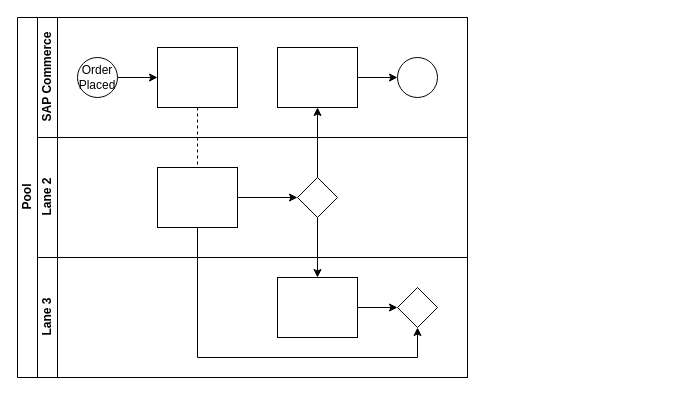
Before: NotificationService.drawio in mtcl/userstory, a draw.io diagram. Source tidied: cells renumbered, new cells numbered last; positions are measured from the earlier drawing's top-left corner, leaving out a move shared by most shapes. Both pictures are drawn from the tidied source at 100%, with x=0, y=0 at pixel (17, 17).
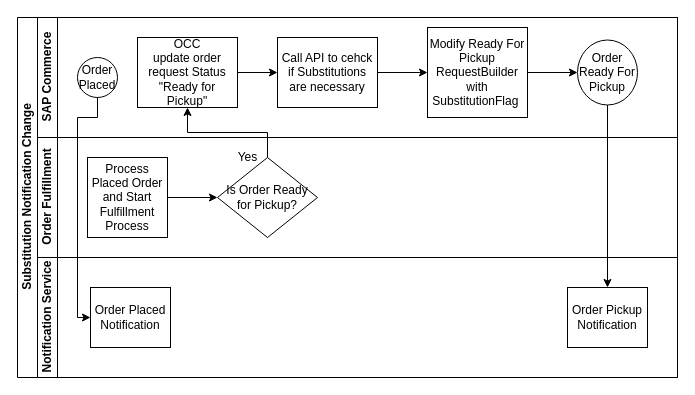
The same page after the edit.

Unchanged cells that the change refers to:
```xml
<mxCell id="9" value="Order Placed" style="ellipse;whiteSpace=wrap;html=1;" parent="7" vertex="1">
  <mxGeometry x="40" y="40" width="40" height="40" as="geometry" />
</mxCell>
```

Change to the diagram source:
```diff
@@
-    <mxCell id="2" value="Pool" style="swimlane;html=1;horizontal=0;startSize=20;" parent="1" vertex="1">
-      <mxGeometry width="450" height="360" as="geometry" />
+    <mxCell id="2" value="Substitution Notification Change" style="swimlane;html=1;horizontal=0;startSize=20;" parent="1" vertex="1">
+      <mxGeometry width="660" height="360" as="geometry" />
     </mxCell>
-    <mxCell id="3" style="edgeStyle=orthogonalEdgeStyle;rounded=0;jettySize=auto;html=1;dashed=1;endArrow=none;endFill=0;" parent="2" edge="1" source="10" target="16">
-      <mxGeometry relative="1" as="geometry" />
-    </mxCell>
-    <mxCell id="4" style="edgeStyle=orthogonalEdgeStyle;rounded=0;jettySize=auto;html=1;endArrow=classic;endFill=1;" parent="2" edge="1" source="17" target="12">
-      <mxGeometry relative="1" as="geometry" />
-    </mxCell>
-    <mxCell id="5" style="edgeStyle=orthogonalEdgeStyle;rounded=0;jettySize=auto;html=1;endArrow=classic;endFill=1;" parent="2" edge="1" source="17" target="20">
-      <mxGeometry relative="1" as="geometry" />
-    </mxCell>
-    <mxCell id="6" style="edgeStyle=orthogonalEdgeStyle;rounded=0;jettySize=auto;html=1;endArrow=classic;endFill=1;" parent="2" edge="1" source="16" target="21">
-      <mxGeometry relative="1" as="geometry">
-        <Array as="points">
-          <mxPoint x="180" y="340" />
-          <mxPoint x="400" y="340" />
-        </Array>
-      </mxGeometry>
-    </mxCell>
     <mxCell id="7" value="SAP Commerce" style="swimlane;html=1;startSize=20;horizontal=0;" parent="2" vertex="1">
-      <mxGeometry x="20" width="430" height="120" as="geometry" />
+      <mxGeometry x="20" width="640" height="120" as="geometry" />
     </mxCell>
-    <mxCell id="8" style="edgeStyle=orthogonalEdgeStyle;rounded=0;jettySize=auto;html=1;" parent="7" edge="1" source="9" target="10">
-      <mxGeometry relative="1" as="geometry" />
-    </mxCell>
@@
+    <mxCell id="22" style="edgeStyle=orthogonalEdgeStyle;rounded=0;jettySize=auto;html=1;exitX=1;exitY=0.5;exitDx=0;exitDy=0;entryX=0;entryY=0.5;entryDx=0;entryDy=0;" parent="7" edge="1" source="10" target="24">
+      <mxGeometry relative="1" as="geometry" />
+    </mxCell>
-    <mxCell id="10" style="rounded=0;whiteSpace=wrap;html=1;fontFamily=Helvetica;fontSize=12;fontColor=#000000;align=center;" parent="7" vertex="1">
-      <mxGeometry x="120" y="30" width="80" height="60" as="geometry" />
+    <mxCell id="10" value="OCC&lt;br&gt;update order request Status &quot;Ready for Pickup&quot;" style="rounded=0;whiteSpace=wrap;html=1;fontFamily=Helvetica;fontSize=12;fontColor=#000000;align=center;" parent="7" vertex="1">
+      <mxGeometry x="100" y="20" width="100" height="70" as="geometry" />
     </mxCell>
@@
-    <mxCell id="12" style="rounded=0;whiteSpace=wrap;html=1;fontFamily=Helvetica;fontSize=12;fontColor=#000000;align=center;" parent="7" vertex="1">
-      <mxGeometry x="240" y="30" width="80" height="60" as="geometry" />
+    <mxCell id="12" value="Modify Ready For Pickup RequestBuilder with SubstitutionFlag&amp;nbsp;" style="rounded=0;whiteSpace=wrap;html=1;fontFamily=Helvetica;fontSize=12;fontColor=#000000;align=center;" parent="7" vertex="1">
+      <mxGeometry x="390" y="10" width="100" height="90" as="geometry" />
     </mxCell>
-    <mxCell id="13" style="ellipse;whiteSpace=wrap;html=1;" parent="7" vertex="1">
-      <mxGeometry x="360" y="40" width="40" height="40" as="geometry" />
+    <mxCell id="13" value="Order Ready For Pickup" style="ellipse;whiteSpace=wrap;html=1;" parent="7" vertex="1">
+      <mxGeometry x="540" y="22.5" width="60" height="65" as="geometry" />
     </mxCell>
+    <mxCell id="23" style="edgeStyle=orthogonalEdgeStyle;rounded=0;jettySize=auto;html=1;exitX=1;exitY=0.5;exitDx=0;exitDy=0;entryX=0;entryY=0.5;entryDx=0;entryDy=0;" parent="7" edge="1" source="24" target="12">
+      <mxGeometry relative="1" as="geometry" />
+    </mxCell>
+    <mxCell id="24" value="Call API to cehck if Substitutions are necessary" style="rounded=0;whiteSpace=wrap;html=1;fontFamily=Helvetica;fontSize=12;fontColor=#000000;align=center;" parent="7" vertex="1">
+      <mxGeometry x="240" y="20" width="100" height="70" as="geometry" />
+    </mxCell>
-    <mxCell id="14" value="Lane 2" style="swimlane;html=1;startSize=20;horizontal=0;" parent="2" vertex="1">
-      <mxGeometry x="20" y="120" width="430" height="120" as="geometry" />
+    <mxCell id="14" value="Order Fulfillment" style="swimlane;html=1;startSize=20;horizontal=0;" parent="2" vertex="1">
+      <mxGeometry x="20" y="120" width="640" height="120" as="geometry" />
     </mxCell>
-    <mxCell id="15" style="edgeStyle=orthogonalEdgeStyle;rounded=0;jettySize=auto;html=1;endArrow=classic;endFill=1;" parent="14" edge="1" source="16" target="17">
-      <mxGeometry relative="1" as="geometry" />
-    </mxCell>
-    <mxCell id="16" style="rounded=0;whiteSpace=wrap;html=1;fontFamily=Helvetica;fontSize=12;fontColor=#000000;align=center;" parent="14" vertex="1">
-      <mxGeometry x="120" y="30" width="80" height="60" as="geometry" />
-    </mxCell>
-    <mxCell id="17" style="rhombus;whiteSpace=wrap;html=1;fontFamily=Helvetica;fontSize=12;fontColor=#000000;align=center;" parent="14" vertex="1">
-      <mxGeometry x="260" y="40" width="40" height="40" as="geometry" />
+    <mxCell id="17" value="Is Order Ready for Pickup?" style="rhombus;whiteSpace=wrap;html=1;fontFamily=Helvetica;fontSize=12;fontColor=#000000;align=center;" parent="14" vertex="1">
+      <mxGeometry x="180" y="20" width="100" height="80" as="geometry" />
     </mxCell>
+    <mxCell id="25" value="Yes" style="text;html=1;align=center;verticalAlign=middle;strokeColor=none;" parent="14" vertex="1">
+      <mxGeometry x="190" y="10" width="40" height="20" as="geometry" />
+    </mxCell>
+    <mxCell id="26" style="edgeStyle=orthogonalEdgeStyle;rounded=0;jettySize=auto;html=1;exitX=1;exitY=0.5;exitDx=0;exitDy=0;entryX=0;entryY=0.5;entryDx=0;entryDy=0;" parent="14" edge="1" source="27" target="17">
+      <mxGeometry relative="1" as="geometry" />
+    </mxCell>
+    <mxCell id="27" value="Process Placed Order and Start Fulfillment Process" style="rounded=0;whiteSpace=wrap;html=1;fontFamily=Helvetica;fontSize=12;fontColor=#000000;align=center;" parent="14" vertex="1">
+      <mxGeometry x="50" y="20" width="80" height="80" as="geometry" />
+    </mxCell>
-    <mxCell id="18" value="Lane 3" style="swimlane;html=1;startSize=20;horizontal=0;" parent="2" vertex="1">
-      <mxGeometry x="20" y="240" width="430" height="120" as="geometry" />
+    <mxCell id="18" value="Notification Service" style="swimlane;html=1;startSize=20;horizontal=0;" parent="2" vertex="1">
+      <mxGeometry x="20" y="240" width="640" height="120" as="geometry" />
     </mxCell>
-    <mxCell id="19" style="edgeStyle=orthogonalEdgeStyle;rounded=0;jettySize=auto;html=1;endArrow=classic;endFill=1;" parent="18" edge="1" source="20" target="21">
-      <mxGeometry relative="1" as="geometry" />
-    </mxCell>
-    <mxCell id="20" style="rounded=0;whiteSpace=wrap;html=1;fontFamily=Helvetica;fontSize=12;fontColor=#000000;align=center;" parent="18" vertex="1">
-      <mxGeometry x="240" y="20" width="80" height="60" as="geometry" />
+    <mxCell id="20" value="Order Placed Notification" style="rounded=0;whiteSpace=wrap;html=1;fontFamily=Helvetica;fontSize=12;fontColor=#000000;align=center;" parent="18" vertex="1">
+      <mxGeometry x="53" y="30" width="80" height="60" as="geometry" />
     </mxCell>
-    <mxCell id="21" style="rhombus;whiteSpace=wrap;html=1;fontFamily=Helvetica;fontSize=12;fontColor=#000000;align=center;" parent="18" vertex="1">
-      <mxGeometry x="360" y="30" width="40" height="40" as="geometry" />
-    </mxCell>
+    <mxCell id="28" value="Order Pickup Notification" style="rounded=0;whiteSpace=wrap;html=1;fontFamily=Helvetica;fontSize=12;fontColor=#000000;align=center;" parent="18" vertex="1">
+      <mxGeometry x="530" y="30" width="80" height="60" as="geometry" />
+    </mxCell>
+    <mxCell id="29" style="edgeStyle=orthogonalEdgeStyle;rounded=0;jettySize=auto;html=1;exitX=0.5;exitY=1;exitDx=0;exitDy=0;entryX=0.5;entryY=0;entryDx=0;entryDy=0;" parent="2" edge="1" source="13" target="28">
+      <mxGeometry relative="1" as="geometry" />
+    </mxCell>
+    <mxCell id="30" style="edgeStyle=orthogonalEdgeStyle;rounded=0;jettySize=auto;html=1;exitX=0.5;exitY=1;exitDx=0;exitDy=0;entryX=0;entryY=0.5;entryDx=0;entryDy=0;" parent="2" edge="1" source="9" target="20">
+      <mxGeometry relative="1" as="geometry">
+        <Array as="points">
+          <mxPoint x="80" y="100" />
+          <mxPoint x="60" y="100" />
+          <mxPoint x="60" y="300" />
+        </Array>
+      </mxGeometry>
+    </mxCell>
+    <mxCell id="31" style="edgeStyle=orthogonalEdgeStyle;rounded=0;jettySize=auto;html=1;exitX=0.5;exitY=0;exitDx=0;exitDy=0;entryX=0.5;entryY=1;entryDx=0;entryDy=0;" parent="2" edge="1" source="17" target="10">
+      <mxGeometry relative="1" as="geometry" />
+    </mxCell>
```
